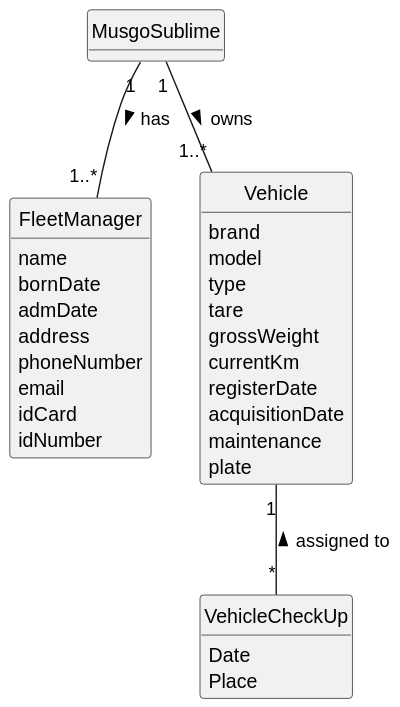
1231360-ISEP/lei-24-s2-1db-g021 keeps this PlantUML diagram as docs/sprint2/us008/02.analysis/svg/us008-domain-model.svg. Above is the earlier version. Its diagram source:
```plantuml
@startuml
skinparam monochrome true
skinparam packageStyle rectangle
skinparam shadowing false


skinparam classAttributeIconSize 0

hide circle
hide methods


class MusgoSublime {
}
class FleetManager {
    name
    bornDate
    admDate
    address
    phoneNumber
    email
    idCard
    idNumber
}

class Vehicle {
    brand
    model
    type
    tare
    grossWeight
    currentKm
    registerDate
    acquisitionDate
    maintenance
    plate
}

class VehicleCheckUp {
    Date
    Place
}

MusgoSublime "1" -- "1..*" FleetManager : has >
MusgoSublime "1" -- "1..*" Vehicle : owns >
Vehicle "1" -- "*" VehicleCheckUp : assigned to <
@enduml
```
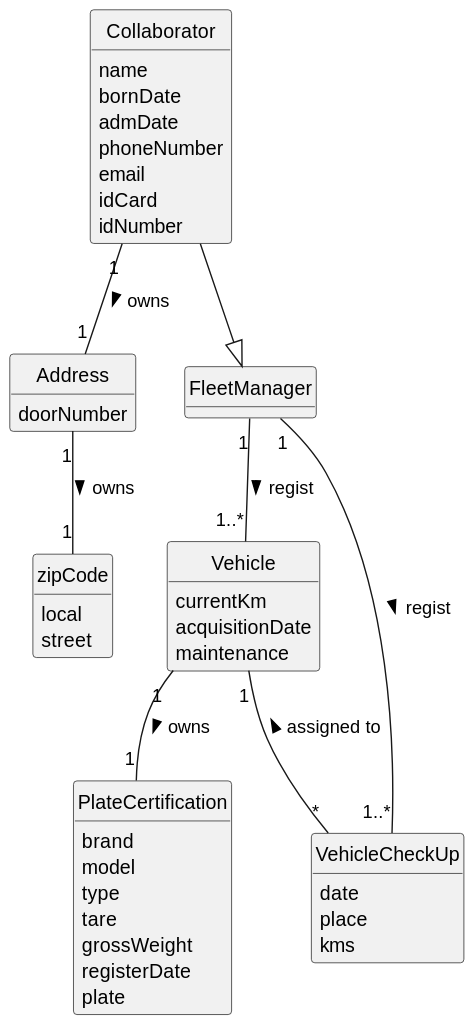
After the commit.

Diff of the diagram source:
```diff
@@ -2,46 +2,60 @@
 skinparam monochrome true
 skinparam packageStyle rectangle
 skinparam shadowing false
-
 
 skinparam classAttributeIconSize 0
 
 hide circle
 hide methods
 
-
-class MusgoSublime {
-}
-class FleetManager {
+class Collaborator {
     name
     bornDate
     admDate
-    address
     phoneNumber
     email
     idCard
     idNumber
 }
 
+class Address {
+    doorNumber
+}
+
+class zipCode {
+    local
+    street
+}
+
+class FleetManager {}
+
 class Vehicle {
+    currentKm
+    acquisitionDate
+    maintenance
+}
+
+class PlateCertification{
     brand
     model
     type
     tare
     grossWeight
-    currentKm
     registerDate
-    acquisitionDate
-    maintenance
     plate
 }
 
 class VehicleCheckUp {
-    Date
-    Place
+    date
+    place
+    kms
 }
 
-MusgoSublime "1" -- "1..*" FleetManager : has >
-MusgoSublime "1" -- "1..*" Vehicle : owns >
+Collaborator --|> FleetManager
+FleetManager "1" -- "1..*" Vehicle : regist >
+Vehicle "1" -- "1" PlateCertification : owns >
+Collaborator "1" -- "1" Address: owns >
+Address "1" -- "1" zipCode : owns >
+FleetManager "1" -- "1..*" VehicleCheckUp : regist >
 Vehicle "1" -- "*" VehicleCheckUp : assigned to <
 @enduml
```
